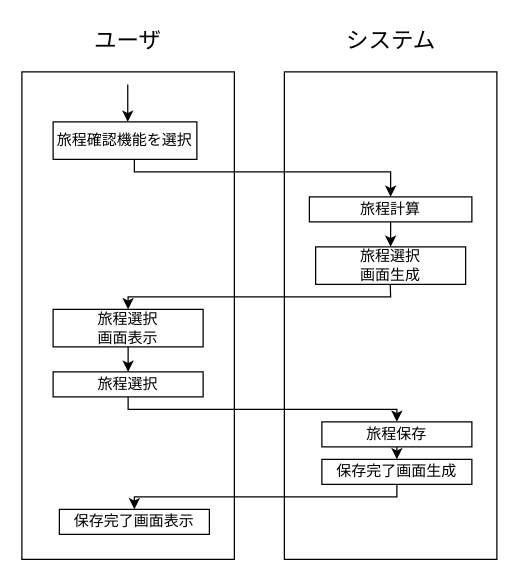
This is ryotei.drawio from FukuokaIruka/public, a draw.io file, before an edit. Source tidied: cells renumbered, new cells numbered last; positions are measured from the earlier drawing's top-left corner, leaving out a move shared by most shapes. Both pictures are drawn from the tidied source at 125%, with x=0, y=0 at pixel (21, 21).
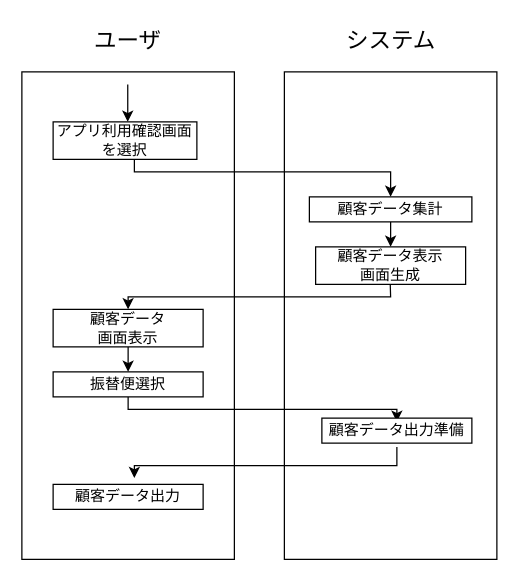
After the change.

The edit, as a diff of the source:
```diff
@@
-    <mxCell id="7" value="旅程確認機能を選択" style="rounded=0;whiteSpace=wrap;html=1;" parent="1" vertex="1">
+    <mxCell id="7" value="アプリ利用確認画面を選択" style="rounded=0;whiteSpace=wrap;html=1;" parent="1" vertex="1">
       <mxGeometry x="25" y="80" width="115" height="30" as="geometry" />
     </mxCell>
@@
-    <mxCell id="9" value="旅程計算" style="rounded=0;whiteSpace=wrap;html=1;" parent="1" vertex="1">
+    <mxCell id="9" value="顧客データ集計" style="rounded=0;whiteSpace=wrap;html=1;" parent="1" vertex="1">
       <mxGeometry x="230" y="140" width="130" height="20" as="geometry" />
     </mxCell>
-    <mxCell id="10" value="旅程選択&lt;div&gt;画面生成&lt;/div&gt;" style="rounded=0;whiteSpace=wrap;html=1;" parent="1" vertex="1">
+    <mxCell id="10" value="顧客データ表示&lt;br&gt;&lt;div&gt;画面生成&lt;/div&gt;" style="rounded=0;whiteSpace=wrap;html=1;" parent="1" vertex="1">
       <mxGeometry x="235" y="180" width="120" height="30" as="geometry" />
     </mxCell>
-    <mxCell id="11" value="旅程選択&lt;div&gt;画面表示&lt;/div&gt;" style="rounded=0;whiteSpace=wrap;html=1;" parent="1" vertex="1">
+    <mxCell id="11" value="顧客データ&lt;br&gt;&lt;div&gt;画面表示&lt;/div&gt;" style="rounded=0;whiteSpace=wrap;html=1;" parent="1" vertex="1">
       <mxGeometry x="25" y="230" width="120" height="30" as="geometry" />
     </mxCell>
@@
-    <mxCell id="14" value="旅程選択" style="rounded=0;whiteSpace=wrap;html=1;" parent="1" vertex="1">
+    <mxCell id="14" value="振替便選択" style="rounded=0;whiteSpace=wrap;html=1;" parent="1" vertex="1">
       <mxGeometry x="25" y="280" width="120" height="20" as="geometry" />
     </mxCell>
@@
-    <mxCell id="16" value="旅程保存" style="rounded=0;whiteSpace=wrap;html=1;" parent="1" vertex="1">
-      <mxGeometry x="240" y="320" width="120" height="20" as="geometry" />
-    </mxCell>
-    <mxCell id="17" style="endArrow=classic;html=1;rounded=0;exitX=0.5;exitY=1;exitDx=0;exitDy=0;entryX=0.5;entryY=0;entryDx=0;entryDy=0;" parent="1" edge="1" source="14" target="16">
+    <mxCell id="17" style="endArrow=classic;html=1;rounded=0;exitX=0.5;exitY=1;exitDx=0;exitDy=0;entryX=0.5;entryY=0;entryDx=0;entryDy=0;" parent="1" edge="1" source="14">
       <mxGeometry relative="1" as="geometry">
+        <mxPoint x="300" y="320" as="targetPoint" />
         <Array as="points">
           <mxPoint x="85" y="310" />
           <mxPoint x="300" y="310" />
         </Array>
       </mxGeometry>
     </mxCell>
-    <mxCell id="18" value="保存完了画面生成" style="rounded=0;whiteSpace=wrap;html=1;" parent="1" vertex="1">
-      <mxGeometry x="240" y="350" width="120" height="20" as="geometry" />
+    <mxCell id="18" value="顧客データ出力準備" style="rounded=0;whiteSpace=wrap;html=1;" parent="1" vertex="1">
+      <mxGeometry x="240" y="317" width="120" height="20" as="geometry" />
     </mxCell>
-    <mxCell id="19" style="endArrow=classic;html=1;rounded=0;exitX=0.5;exitY=1;exitDx=0;exitDy=0;entryX=0.5;entryY=0;entryDx=0;entryDy=0;" parent="1" edge="1" source="16" target="18">
-      <mxGeometry relative="1" as="geometry" />
-    </mxCell>
-    <mxCell id="20" value="保存完了画面表示" style="rounded=0;whiteSpace=wrap;html=1;" parent="1" vertex="1">
-      <mxGeometry x="30" y="390" width="120" height="20" as="geometry" />
+    <mxCell id="20" value="顧客データ出力" style="rounded=0;whiteSpace=wrap;html=1;" parent="1" vertex="1">
+      <mxGeometry x="25" y="370" width="120" height="20" as="geometry" />
     </mxCell>
-    <mxCell id="21" style="endArrow=classic;html=1;rounded=0;exitX=0.5;exitY=1;exitDx=0;exitDy=0;entryX=0.5;entryY=0;entryDx=0;entryDy=0;" parent="1" edge="1" source="18" target="20">
+    <mxCell id="21" style="endArrow=classic;html=1;rounded=0;entryX=0.5;entryY=0;entryDx=0;entryDy=0;" parent="1" edge="1">
       <mxGeometry relative="1" as="geometry">
+        <mxPoint x="300" y="340" as="sourcePoint" />
+        <mxPoint x="90" y="365" as="targetPoint" />
         <Array as="points">
-          <mxPoint x="300" y="380" />
-          <mxPoint x="90" y="380" />
+          <mxPoint x="300" y="355" />
+          <mxPoint x="90" y="355" />
         </Array>
       </mxGeometry>
     </mxCell>
```
